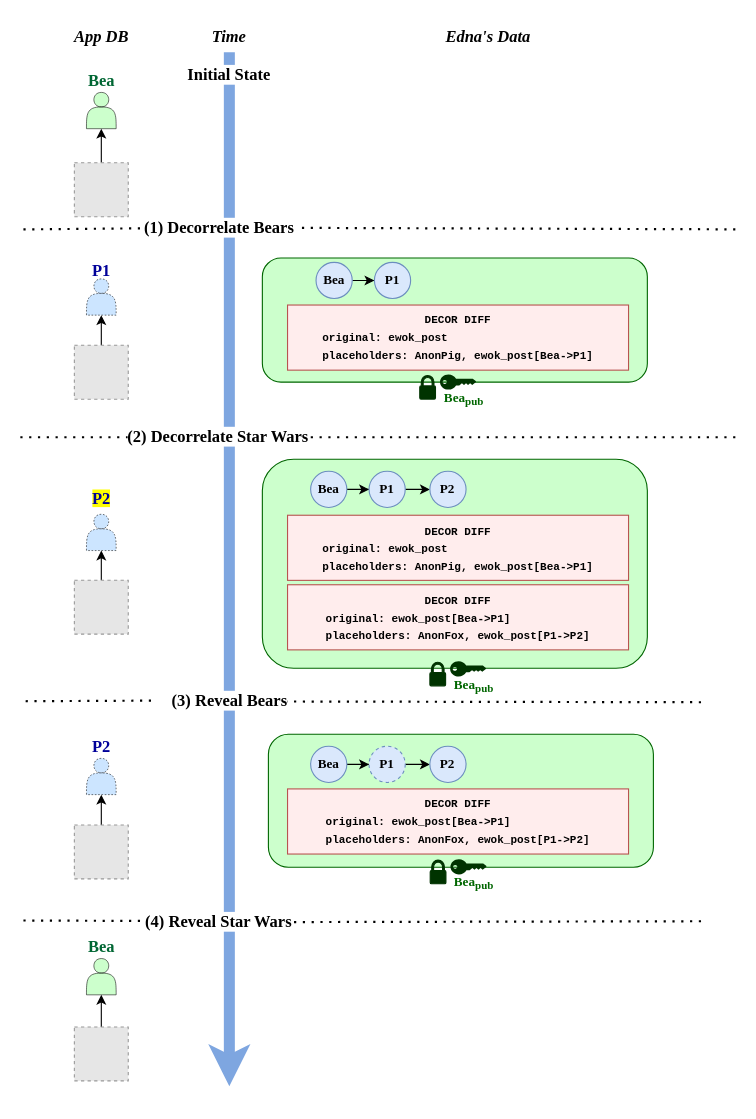
Before: page "composition" (20 of 21) of thesis/figs/edna.drawio in tslilyai/thesis, a draw.io diagram. Source tidied: cells renumbered, new cells numbered last; positions are measured from the earlier drawing's top-left corner, leaving out a move shared by most shapes. Both pictures are drawn from the tidied source at 110%, with x=0, y=0 at pixel (20, 19). Pictures stored in the file or linked from it are replaced by grey dashed boxes.
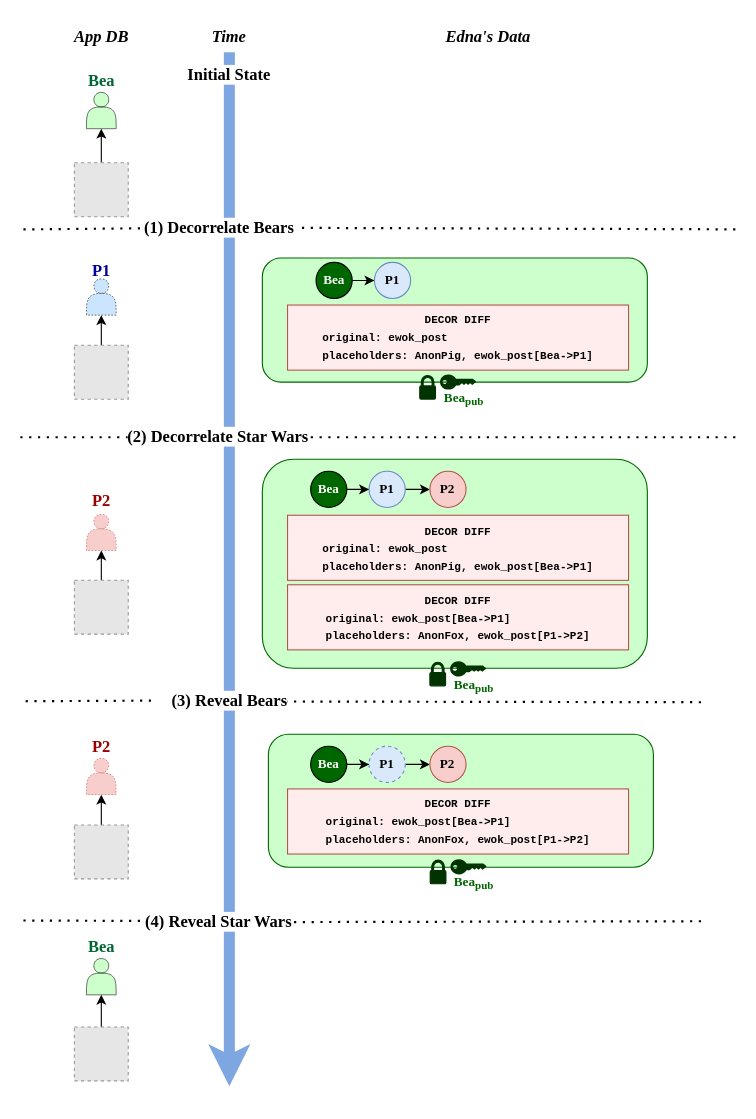
The same page after the edit.

Change to the diagram source:
```diff
@@
-    <mxCell id="22" value="&lt;span style=&quot;background-color: rgb(255, 255, 0);&quot;&gt;P2&lt;/span&gt;" style="text;html=1;strokeColor=none;fillColor=none;align=center;verticalAlign=middle;whiteSpace=wrap;rounded=0;dashed=1;strokeWidth=0.5;fontSize=15;fontColor=#000099;fontFamily=Times New Roman;fontStyle=1;rotation=0;" parent="1" vertex="1">
-      <mxGeometry x="40.6" y="418.7" width="65.9" height="33" as="geometry" />
+    <mxCell id="22" value="P2" style="text;html=1;strokeColor=none;fillColor=none;align=center;verticalAlign=middle;whiteSpace=wrap;rounded=0;dashed=1;strokeWidth=0.5;fontSize=15;fontColor=#990000;fontFamily=Times New Roman;fontStyle=1;rotation=0;" parent="1" vertex="1">
+      <mxGeometry x="40.6" y="420.7" width="65.9" height="33" as="geometry" />
     </mxCell>
-    <mxCell id="23" style="shape=actor;whiteSpace=wrap;html=1;labelBackgroundColor=none;fontSize=15;strokeColor=default;strokeWidth=0.5;fillColor=#CCE5FF;labelPosition=center;verticalLabelPosition=top;align=center;verticalAlign=bottom;fontStyle=1;spacing=0;fontFamily=Times New Roman;gradientColor=none;dashed=1;spacingBottom=9;" parent="1" vertex="1">
+    <mxCell id="23" style="shape=actor;whiteSpace=wrap;html=1;labelBackgroundColor=none;fontSize=15;strokeColor=#b85450;strokeWidth=0.5;fillColor=#f8cecc;labelPosition=center;verticalLabelPosition=top;align=center;verticalAlign=bottom;fontStyle=1;spacing=0;fontFamily=Times New Roman;dashed=1;spacingBottom=9;" parent="1" vertex="1">
       <mxGeometry x="60.1" y="450" width="27" height="33" as="geometry" />
     </mxCell>
@@
-    <mxCell id="30" value="P2" style="text;html=1;strokeColor=none;fillColor=none;align=center;verticalAlign=middle;whiteSpace=wrap;rounded=0;dashed=1;strokeWidth=0.5;fontSize=15;fontColor=#000099;fontFamily=Times New Roman;fontStyle=1;rotation=0;" parent="1" vertex="1">
+    <mxCell id="30" value="P2" style="text;html=1;strokeColor=none;fillColor=none;align=center;verticalAlign=middle;whiteSpace=wrap;rounded=0;dashed=1;strokeWidth=0.5;fontSize=15;fontColor=#990000;fontFamily=Times New Roman;fontStyle=1;rotation=0;" parent="1" vertex="1">
       <mxGeometry x="40.6" y="644.9" width="65.9" height="33" as="geometry" />
     </mxCell>
-    <mxCell id="31" style="shape=actor;whiteSpace=wrap;html=1;labelBackgroundColor=none;fontSize=15;strokeColor=default;strokeWidth=0.5;fillColor=#CCE5FF;labelPosition=center;verticalLabelPosition=top;align=center;verticalAlign=bottom;fontStyle=1;spacing=0;fontFamily=Times New Roman;gradientColor=none;dashed=1;spacingBottom=9;" parent="1" vertex="1">
+    <mxCell id="31" style="shape=actor;whiteSpace=wrap;html=1;labelBackgroundColor=none;fontSize=15;strokeColor=#b85450;strokeWidth=0.5;fillColor=#f8cecc;labelPosition=center;verticalLabelPosition=top;align=center;verticalAlign=bottom;fontStyle=1;spacing=0;fontFamily=Times New Roman;dashed=1;spacingBottom=9;" parent="1" vertex="1">
       <mxGeometry x="60.1" y="671.9" width="27" height="33" as="geometry" />
     </mxCell>
@@
-    <mxCell id="52" value="&lt;font face=&quot;Times New Roman&quot;&gt;Bea&lt;/font&gt;" style="ellipse;whiteSpace=wrap;html=1;fontStyle=1;fillColor=#dae8fc;strokeColor=#6c8ebf;" parent="1" vertex="1">
+    <mxCell id="52" value="&lt;font face=&quot;Times New Roman&quot;&gt;Bea&lt;/font&gt;" style="ellipse;whiteSpace=wrap;html=1;fontStyle=1;fillColor=#006600;strokeColor=#000000;fontColor=#ffffff;" parent="1" vertex="1">
       <mxGeometry x="268.8" y="221" width="32.9" height="32.9" as="geometry" />
     </mxCell>
@@
-    <mxCell id="55" value="&lt;font face=&quot;Times New Roman&quot;&gt;Bea&lt;/font&gt;" style="ellipse;whiteSpace=wrap;html=1;fontStyle=1;fillColor=#dae8fc;strokeColor=#6c8ebf;" parent="1" vertex="1">
+    <mxCell id="55" value="&lt;font face=&quot;Times New Roman&quot;&gt;Bea&lt;/font&gt;" style="ellipse;whiteSpace=wrap;html=1;fontStyle=1;fillColor=#006600;strokeColor=#000000;fontColor=#ffffff;" parent="1" vertex="1">
       <mxGeometry x="263.9" y="410.9" width="32.9" height="32.9" as="geometry" />
     </mxCell>
@@
-    <mxCell id="58" value="&lt;font face=&quot;Times New Roman&quot;&gt;P2&lt;/font&gt;" style="ellipse;whiteSpace=wrap;html=1;fontStyle=1;fillColor=#dae8fc;strokeColor=#6c8ebf;" parent="1" vertex="1">
+    <mxCell id="58" value="&lt;font face=&quot;Times New Roman&quot;&gt;P2&lt;/font&gt;" style="ellipse;whiteSpace=wrap;html=1;fontStyle=1;fillColor=#f8cecc;strokeColor=#b85450;" parent="1" vertex="1">
       <mxGeometry x="372.3" y="410.9" width="32.9" height="32.9" as="geometry" />
     </mxCell>
@@
-    <mxCell id="60" value="&lt;font face=&quot;Times New Roman&quot;&gt;Bea&lt;/font&gt;" style="ellipse;whiteSpace=wrap;html=1;fontStyle=1;fillColor=#dae8fc;strokeColor=#6c8ebf;" parent="1" vertex="1">
+    <mxCell id="60" value="&lt;font face=&quot;Times New Roman&quot;&gt;Bea&lt;/font&gt;" style="ellipse;whiteSpace=wrap;html=1;fontStyle=1;fillColor=#006600;strokeColor=#000000;fontColor=#ffffff;" parent="1" vertex="1">
       <mxGeometry x="263.9" y="660.9" width="32.9" height="32.9" as="geometry" />
     </mxCell>
@@
-    <mxCell id="63" value="&lt;font face=&quot;Times New Roman&quot;&gt;P2&lt;/font&gt;" style="ellipse;whiteSpace=wrap;html=1;fontStyle=1;fillColor=#dae8fc;strokeColor=#6c8ebf;" parent="1" vertex="1">
+    <mxCell id="63" value="&lt;font face=&quot;Times New Roman&quot;&gt;P2&lt;/font&gt;" style="ellipse;whiteSpace=wrap;html=1;fontStyle=1;fillColor=#f8cecc;strokeColor=#b85450;" parent="1" vertex="1">
       <mxGeometry x="372.3" y="660.9" width="32.9" height="32.9" as="geometry" />
     </mxCell>
```
